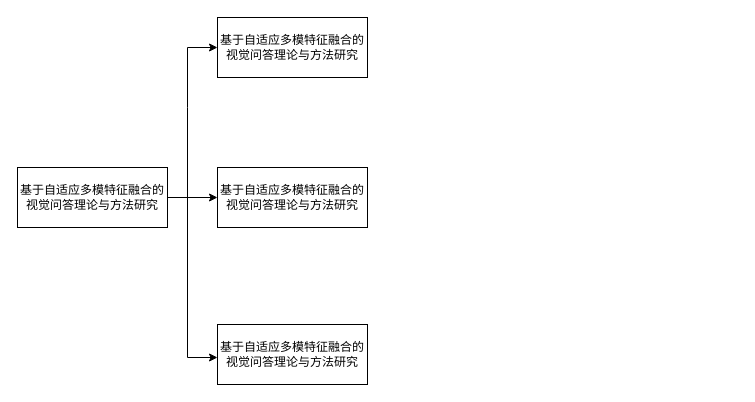
The draw.io diagram 未命名绘图.drawio in 156aasdfg/CFT-VQA, before the edit. Source tidied: cells renumbered, new cells numbered last; positions are measured from the earlier drawing's top-left corner, leaving out a move shared by most shapes. Both pictures are drawn from the tidied source at 100%, with x=0, y=0 at pixel (17, 17).
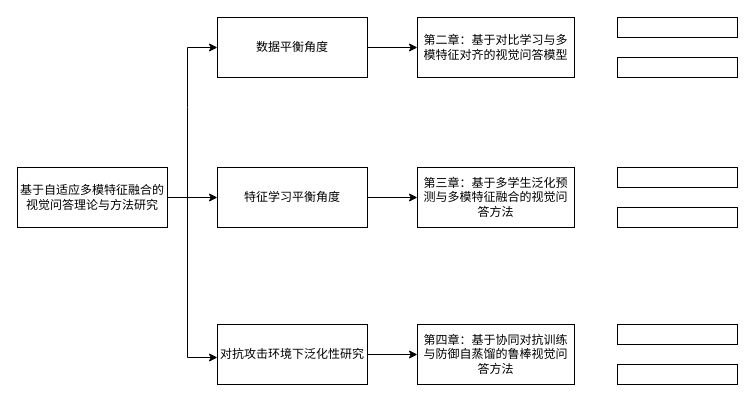
The same diagram, later.

Commit message (it also covers changes not shown here):
更新未命名绘图.drawio

Diff of the diagram source:
```diff
@@
-    <mxCell id="3" value="基于自适应多模特征融合的视觉问答理论与方法研究" style="rounded=0;whiteSpace=wrap;html=1;" parent="1" vertex="1">
+    <mxCell id="3" value="数据平衡角度" style="rounded=0;whiteSpace=wrap;html=1;" parent="1" vertex="1">
       <mxGeometry x="200" width="150" height="60" as="geometry" />
     </mxCell>
-    <mxCell id="4" value="基于自适应多模特征融合的视觉问答理论与方法研究" style="rounded=0;whiteSpace=wrap;html=1;" parent="1" vertex="1">
+    <mxCell id="4" value="特征学习平衡角度" style="rounded=0;whiteSpace=wrap;html=1;" parent="1" vertex="1">
       <mxGeometry x="200" y="150" width="150" height="60" as="geometry" />
     </mxCell>
-    <mxCell id="5" value="基于自适应多模特征融合的视觉问答理论与方法研究" style="rounded=0;whiteSpace=wrap;html=1;" parent="1" vertex="1">
+    <mxCell id="5" value="对抗攻击环境下泛化性研究" style="rounded=0;whiteSpace=wrap;html=1;" parent="1" vertex="1">
       <mxGeometry x="200" y="307" width="150" height="60" as="geometry" />
     </mxCell>
@@
+    <mxCell id="9" value="第二章：基于对比学习与多模特征对齐的视觉问答模型" style="rounded=0;whiteSpace=wrap;html=1;" parent="1" vertex="1">
+      <mxGeometry x="400" width="157" height="60" as="geometry" />
+    </mxCell>
+    <mxCell id="10" value="第三章：基于多学生泛化预测与多模特征融合的视觉问答方法" style="rounded=0;whiteSpace=wrap;html=1;" parent="1" vertex="1">
+      <mxGeometry x="400" y="150" width="157" height="60" as="geometry" />
+    </mxCell>
+    <mxCell id="11" value="第四章：基于协同对抗训练与防御自蒸馏的鲁棒视觉问答方法" style="rounded=0;whiteSpace=wrap;html=1;" parent="1" vertex="1">
+      <mxGeometry x="400" y="307" width="157" height="60" as="geometry" />
+    </mxCell>
+    <mxCell id="12" style="endArrow=classic;html=1;rounded=0;exitX=1;exitY=0.5;exitDx=0;exitDy=0;entryX=0;entryY=0.5;entryDx=0;entryDy=0;" parent="1" edge="1" source="3" target="9">
+      <mxGeometry relative="1" as="geometry" />
+    </mxCell>
+    <mxCell id="13" style="endArrow=classic;html=1;rounded=0;exitX=1;exitY=0.5;exitDx=0;exitDy=0;entryX=0;entryY=0.5;entryDx=0;entryDy=0;" parent="1" edge="1" source="4" target="10">
+      <mxGeometry relative="1" as="geometry" />
+    </mxCell>
+    <mxCell id="14" style="endArrow=classic;html=1;rounded=0;exitX=1;exitY=0.5;exitDx=0;exitDy=0;entryX=0;entryY=0.5;entryDx=0;entryDy=0;" parent="1" edge="1" source="5" target="11">
+      <mxGeometry relative="1" as="geometry" />
+    </mxCell>
+    <mxCell id="15" style="rounded=0;whiteSpace=wrap;html=1;" parent="1" vertex="1">
+      <mxGeometry x="600" width="120" height="20" as="geometry" />
+    </mxCell>
+    <mxCell id="16" style="rounded=0;whiteSpace=wrap;html=1;" parent="1" vertex="1">
+      <mxGeometry x="600" y="40" width="120" height="20" as="geometry" />
+    </mxCell>
+    <mxCell id="17" style="rounded=0;whiteSpace=wrap;html=1;" parent="1" vertex="1">
+      <mxGeometry x="600" y="150" width="120" height="20" as="geometry" />
+    </mxCell>
+    <mxCell id="18" style="rounded=0;whiteSpace=wrap;html=1;" parent="1" vertex="1">
+      <mxGeometry x="600" y="190" width="120" height="20" as="geometry" />
+    </mxCell>
+    <mxCell id="19" style="rounded=0;whiteSpace=wrap;html=1;" parent="1" vertex="1">
+      <mxGeometry x="600" y="307" width="120" height="20" as="geometry" />
+    </mxCell>
+    <mxCell id="20" style="rounded=0;whiteSpace=wrap;html=1;" parent="1" vertex="1">
+      <mxGeometry x="600" y="347" width="120" height="20" as="geometry" />
+    </mxCell>
```
